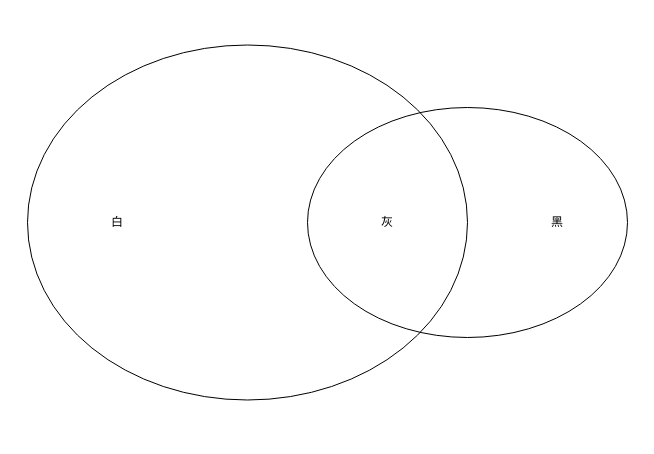
The draw.io diagram keywords_rules.drawio in fpcsong/diagram, before the edit. Source tidied: cells renumbered, new cells numbered last; positions are measured from the earlier drawing's top-left corner, leaving out a move shared by most shapes. Both pictures are drawn from the tidied source at 100%, with x=0, y=0 at pixel (27, 45).
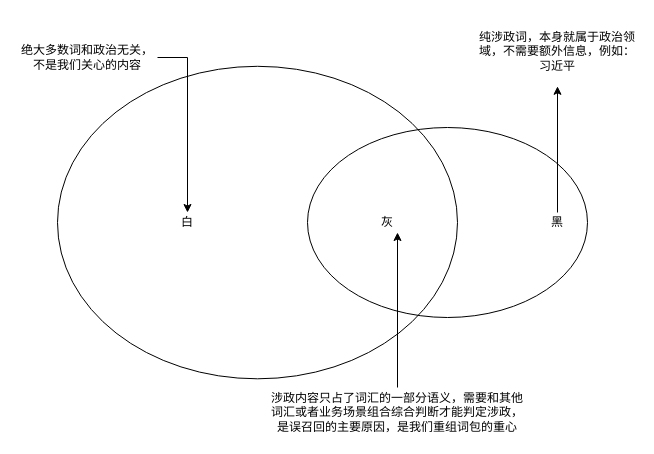
Above is the later version.

What changed in the source:
```diff
@@
 <mxGraphModel>
   <root>
     <mxCell id="0" />
     <mxCell id="1" parent="0" />
     <mxCell id="2" style="ellipse;whiteSpace=wrap;html=1;sketch=0;shadow=0;fillColor=none;" parent="1" vertex="1">
-      <mxGeometry x="280" y="62" width="320" height="230" as="geometry" />
+      <mxGeometry x="280" y="82" width="280" height="190" as="geometry" />
     </mxCell>
     <mxCell id="3" style="ellipse;whiteSpace=wrap;html=1;shadow=0;sketch=0;fillColor=none;" parent="1" vertex="1">
-      <mxGeometry y="-0.5" width="440" height="355" as="geometry" />
+      <mxGeometry x="30" y="20.8" width="400" height="312.5" as="geometry" />
     </mxCell>
     <mxCell id="4" value="白" style="text;html=1;strokeColor=none;fillColor=none;align=center;verticalAlign=middle;whiteSpace=wrap;rounded=0;shadow=0;sketch=0;" parent="1" vertex="1">
-      <mxGeometry x="70" y="167" width="40" height="20" as="geometry" />
+      <mxGeometry x="140" y="167" width="40" height="20" as="geometry" />
     </mxCell>
+    <mxCell id="7" style="edgeStyle=orthogonalEdgeStyle;rounded=0;jettySize=auto;html=1;" parent="1" edge="1" source="5" target="12">
+      <mxGeometry relative="1" as="geometry" />
+    </mxCell>
     <mxCell id="5" value="黑" style="text;html=1;strokeColor=none;fillColor=none;align=center;verticalAlign=middle;whiteSpace=wrap;rounded=0;shadow=0;sketch=0;" parent="1" vertex="1">
       <mxGeometry x="510" y="167" width="40" height="20" as="geometry" />
     </mxCell>
     <mxCell id="6" value="灰" style="text;html=1;strokeColor=none;fillColor=none;align=center;verticalAlign=middle;whiteSpace=wrap;rounded=0;shadow=0;sketch=0;" parent="1" vertex="1">
       <mxGeometry x="340" y="167" width="40" height="20" as="geometry" />
     </mxCell>
+    <mxCell id="8" style="edgeStyle=orthogonalEdgeStyle;rounded=0;jettySize=auto;html=1;entryX=0.5;entryY=0;entryDx=0;entryDy=0;" parent="1" edge="1" source="9" target="4">
+      <mxGeometry relative="1" as="geometry" />
+    </mxCell>
+    <mxCell id="9" value="绝大多数词和政治无关，不是我们关心的内容" style="text;html=1;strokeColor=none;fillColor=none;align=center;verticalAlign=middle;whiteSpace=wrap;rounded=0;shadow=0;sketch=0;" parent="1" vertex="1">
+      <mxGeometry x="-10" y="-28" width="140" height="80" as="geometry" />
+    </mxCell>
+    <mxCell id="10" style="edgeStyle=orthogonalEdgeStyle;rounded=0;jettySize=auto;html=1;entryX=0.75;entryY=1;entryDx=0;entryDy=0;" parent="1" edge="1" source="11" target="6">
+      <mxGeometry relative="1" as="geometry" />
+    </mxCell>
+    <mxCell id="11" value="涉政内容只占了词汇的一部分语义，需要和其他词汇或者业务场景组合综合判断才能判定涉政，是误召回的主要原因，是我们重组词包的重心" style="text;html=1;strokeColor=none;fillColor=none;align=center;verticalAlign=middle;whiteSpace=wrap;rounded=0;shadow=0;sketch=0;" parent="1" vertex="1">
+      <mxGeometry x="240" y="342" width="260" height="50" as="geometry" />
+    </mxCell>
+    <mxCell id="12" value="纯涉政词，本身就属于政治领域，不需要额外信息，例如：习近平" style="text;html=1;strokeColor=none;fillColor=none;align=center;verticalAlign=middle;whiteSpace=wrap;rounded=0;shadow=0;sketch=0;" parent="1" vertex="1">
+      <mxGeometry x="450" y="-28" width="160" height="68.8" as="geometry" />
+    </mxCell>
   </root>
 </mxGraphModel>
```
